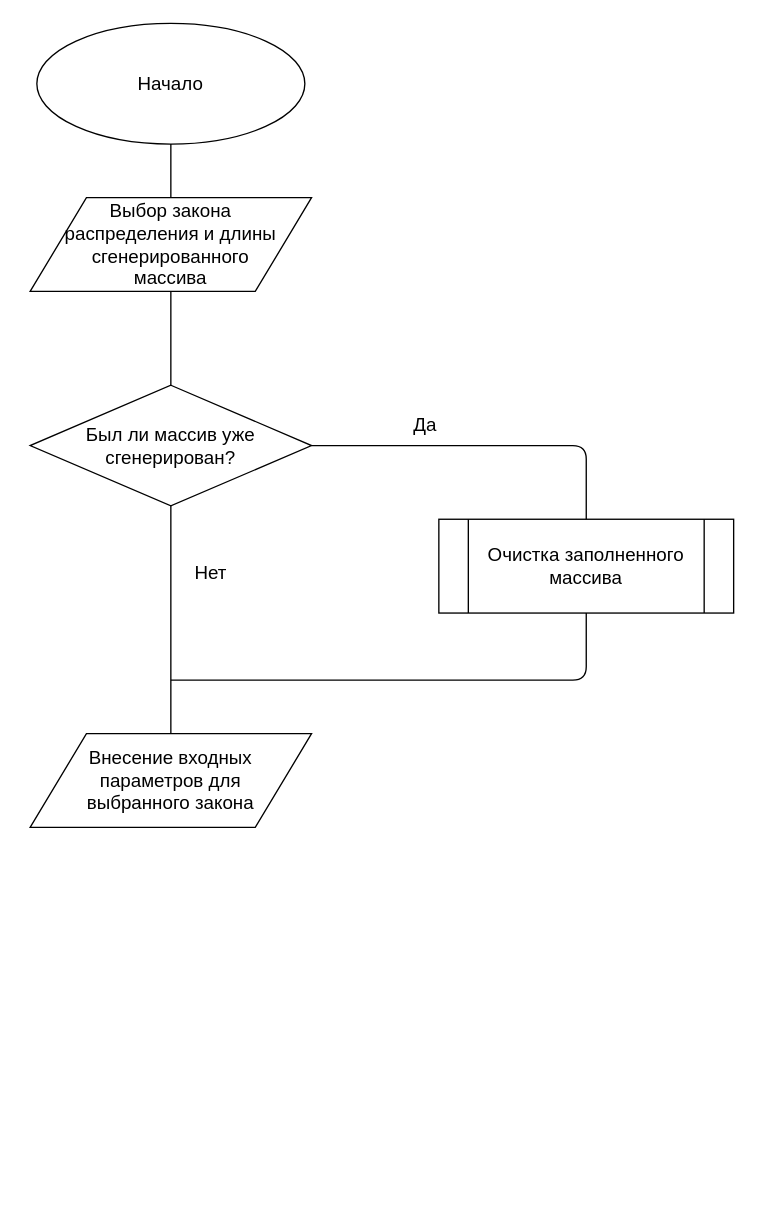
The draw.io diagram page "Page-2" (2 of 3) of Untitled Diagram.drawio in RostislavOl/schemas, before the edit. Source tidied: cells renumbered, new cells numbered last; positions are measured from the earlier drawing's top-left corner, leaving out a move shared by most shapes. Both pictures are drawn from the tidied source at 134%, with x=0, y=0 at pixel (29, 23).
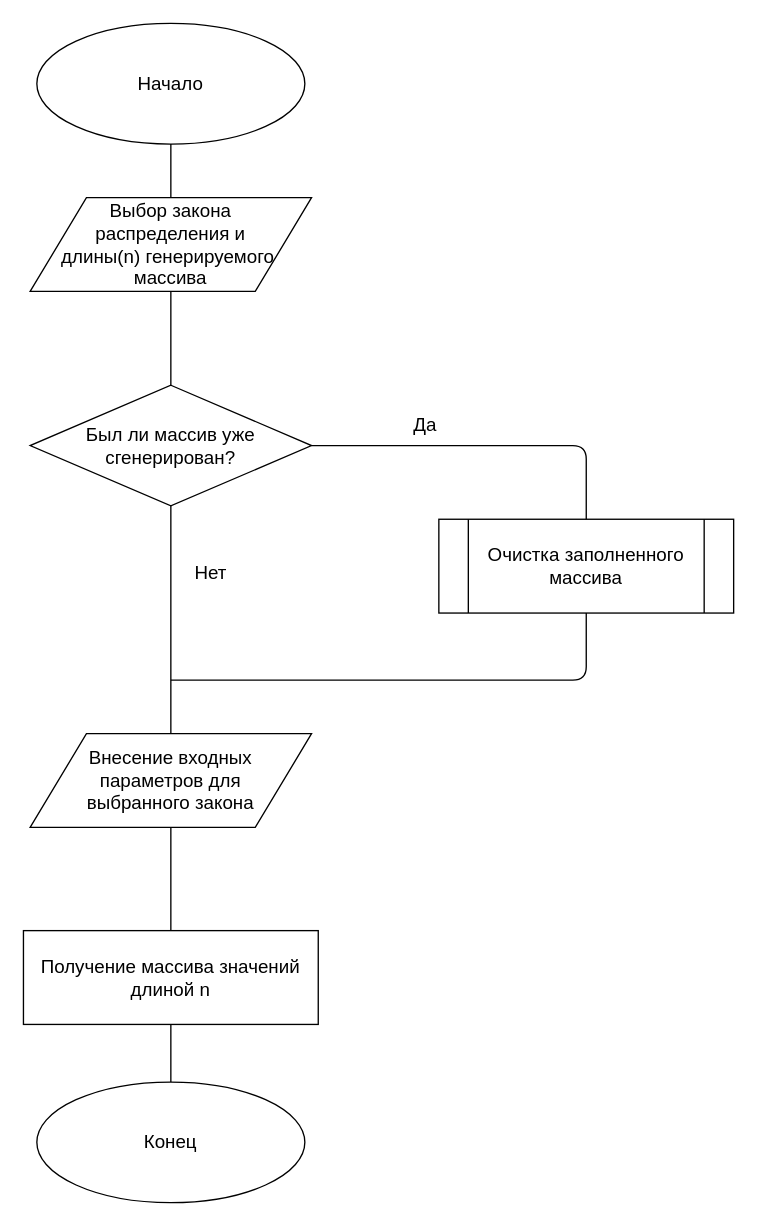
The same page after the edit.

Unchanged cells that the change refers to:
```xml
<mxCell id="8" value="&lt;span style=&quot;font-size: 14px&quot;&gt;Внесение входных &lt;br&gt;параметров для &lt;br&gt;выбранного закона&lt;/span&gt;&lt;br&gt;" style="shape=parallelogram;perimeter=parallelogramPerimeter;whiteSpace=wrap;html=1;" parent="1" vertex="1">
  <mxGeometry y="530" width="210" height="70" as="geometry" />
</mxCell>
```

Diff of the diagram source:
```diff
@@
-    <mxCell id="3" value="&lt;font style=&quot;font-size: 14px&quot;&gt;Выбор закона &lt;br&gt;распределения и длины сгенерированного &lt;br&gt;массива&lt;/font&gt;&lt;br&gt;" style="shape=parallelogram;perimeter=parallelogramPerimeter;whiteSpace=wrap;html=1;" parent="1" vertex="1">
+    <mxCell id="3" value="&lt;font style=&quot;font-size: 14px&quot;&gt;Выбор закона &lt;br&gt;распределения и &lt;br&gt;длины(n) генерируемого&amp;nbsp;&lt;br&gt;массива&lt;/font&gt;&lt;br&gt;" style="shape=parallelogram;perimeter=parallelogramPerimeter;whiteSpace=wrap;html=1;" parent="1" vertex="1">
       <mxGeometry y="130" width="210" height="70" as="geometry" />
     </mxCell>
@@
+    <mxCell id="14" value="&lt;font style=&quot;font-size: 14px&quot;&gt;Получение массива значений длиной n&lt;/font&gt;" style="rounded=0;whiteSpace=wrap;html=1;" parent="1" vertex="1">
+      <mxGeometry x="-5" y="677" width="220" height="70" as="geometry" />
+    </mxCell>
+    <mxCell id="15" style="endArrow=none;html=1;exitX=0.5;exitY=0;exitDx=0;exitDy=0;entryX=0.5;entryY=1;entryDx=0;entryDy=0;" parent="1" edge="1" source="14" target="8">
+      <mxGeometry relative="1" as="geometry" />
+    </mxCell>
+    <mxCell id="16" value="&lt;span style=&quot;font-size: 14px&quot;&gt;Конец&lt;/span&gt;" style="ellipse;whiteSpace=wrap;html=1;" parent="1" vertex="1">
+      <mxGeometry x="5" y="790" width="200" height="90" as="geometry" />
+    </mxCell>
+    <mxCell id="17" style="endArrow=none;html=1;entryX=0.5;entryY=1;entryDx=0;entryDy=0;exitX=0.5;exitY=0;exitDx=0;exitDy=0;" parent="1" edge="1" source="16" target="14">
+      <mxGeometry relative="1" as="geometry" />
+    </mxCell>
```
